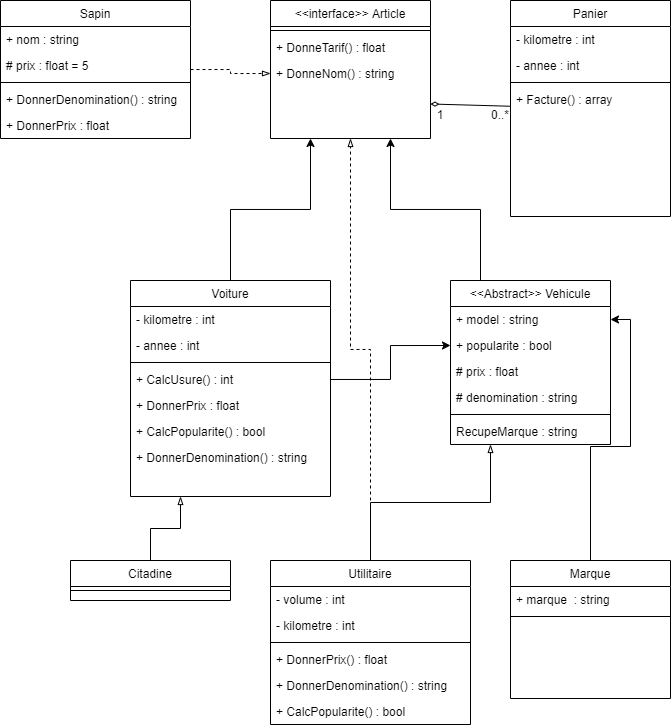
This is docs/diag.png from Fyolir/garage, a draw.io export, as it was before one commit. Source tidied: cells renumbered, new cells last; positions are measured from the earlier drawing's top-left corner, leaving out a move shared by most shapes.
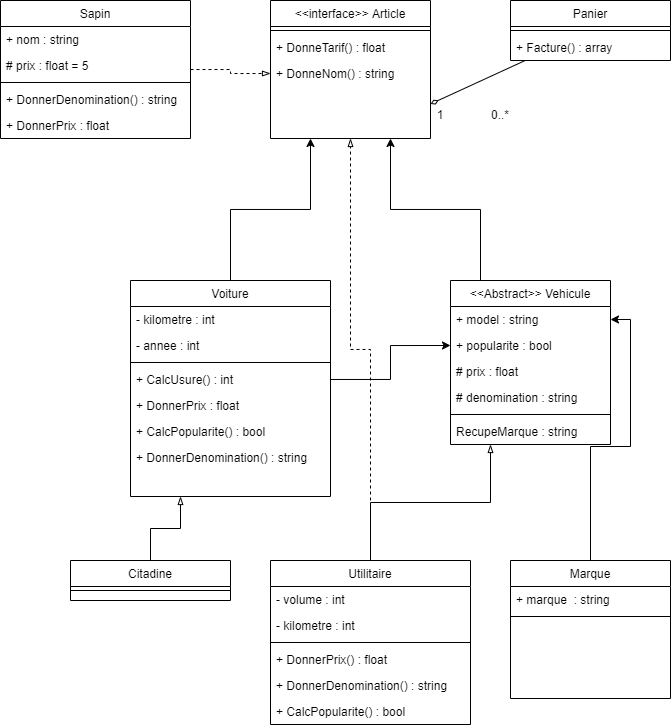
The same file after the commit.

Diff of the diagram source:
```diff
@@ -135,19 +135,13 @@
       <mxGeometry relative="1" as="geometry" />
     </mxCell>
     <mxCell id="46" value="Panier" style="swimlane;fontStyle=0;align=center;verticalAlign=top;horizontal=1;startSize=26;rounded=0;shadow=0;strokeWidth=1;" parent="1" vertex="1">
-      <mxGeometry x="510" width="160" height="216" as="geometry" />
+      <mxGeometry x="510" width="160" height="60" as="geometry" />
     </mxCell>
-    <mxCell id="47" value="- kilometre : int" style="text;align=left;verticalAlign=top;spacingLeft=4;spacingRight=4;overflow=hidden;" parent="46" vertex="1">
-      <mxGeometry y="26" width="160" height="26" as="geometry" />
-    </mxCell>
-    <mxCell id="48" value="- annee : int" style="text;align=left;verticalAlign=top;spacingLeft=4;spacingRight=4;overflow=hidden;rounded=0;shadow=0;html=0;" parent="46" vertex="1">
-      <mxGeometry y="52" width="160" height="26" as="geometry" />
-    </mxCell>
     <mxCell id="49" style="line;html=1;strokeWidth=1;align=left;verticalAlign=middle;spacingTop=-1;spacingLeft=3;spacingRight=3;labelPosition=right;" parent="46" vertex="1">
-      <mxGeometry y="78" width="160" height="8" as="geometry" />
+      <mxGeometry y="26" width="160" height="8" as="geometry" />
     </mxCell>
     <mxCell id="50" value="+ Facture() : array" style="text;align=left;verticalAlign=top;spacingLeft=4;spacingRight=4;overflow=hidden;rounded=0;shadow=0;html=0;" parent="46" vertex="1">
-      <mxGeometry y="86" width="160" height="26" as="geometry" />
+      <mxGeometry y="34" width="160" height="26" as="geometry" />
     </mxCell>
     <mxCell id="51" style="edgeStyle=orthogonalEdgeStyle;rounded=0;jettySize=auto;html=1;entryX=0;entryY=0.5;entryDx=0;entryDy=0;" parent="1" edge="1" source="22" target="12">
       <mxGeometry relative="1" as="geometry" />
```
